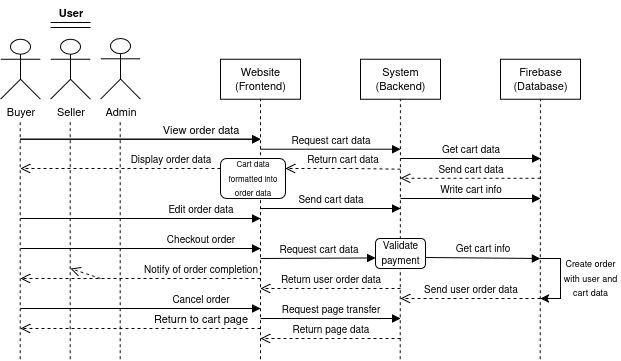
Earlier version of the draw.io export SRS Documents/User Story Diagrams/Sequence Diagram - 10.png (TagReaper/CSE-4214-03-Lab-Project). Source tidied: cells renumbered, new cells last; positions are measured from the earlier drawing's top-left corner, leaving out a move shared by most shapes.
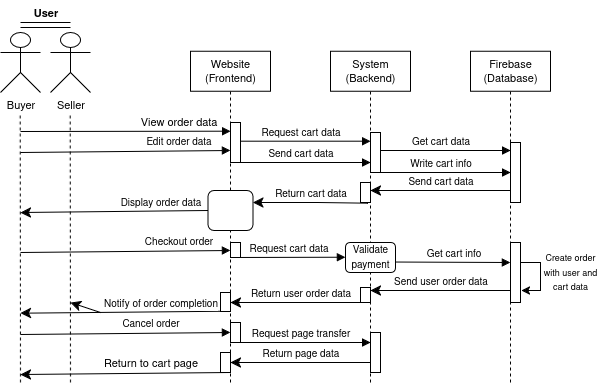
Later version of the same file.

Change to the diagram source:
```diff
@@ -14,14 +14,9 @@
     <mxCell id="5" value="Buyer" style="shape=umlActor;verticalLabelPosition=bottom;verticalAlign=top;html=1;fontFamily=Helvetica;fontSize=11;fontColor=default;labelBackgroundColor=default;" parent="1" vertex="1">
-      <mxGeometry y="38.7" width="40" height="60" as="geometry" />
+      <mxGeometry x="30" y="40" width="40" height="60" as="geometry" />
     </mxCell>
     <mxCell id="6" value="Seller" style="shape=umlActor;verticalLabelPosition=bottom;verticalAlign=top;html=1;fontFamily=Helvetica;fontSize=11;fontColor=default;labelBackgroundColor=default;" parent="1" vertex="1">
-      <mxGeometry x="50" y="38.7" width="40" height="60" as="geometry" />
+      <mxGeometry x="80" y="40" width="40" height="60" as="geometry" />
     </mxCell>
-    <mxCell id="7" value="Admin" style="shape=umlActor;verticalLabelPosition=bottom;verticalAlign=top;html=1;fontFamily=Helvetica;fontSize=11;fontColor=default;labelBackgroundColor=default;" parent="1" vertex="1">
-      <mxGeometry x="100" y="38" width="40" height="60.7" as="geometry" />
-    </mxCell>
-    <mxCell id="8" style="endArrow=none;dashed=1;html=1;rounded=0;strokeColor=default;align=center;verticalAlign=middle;fontFamily=Helvetica;fontSize=11;fontColor=default;labelBackgroundColor=default;entryX=0.5;entryY=1;entryDx=0;entryDy=0;" parent="1" edge="1" target="2">
-      <mxGeometry relative="1" as="geometry">
-        <mxPoint x="260" y="358.7" as="sourcePoint" />
-      </mxGeometry>
+    <mxCell id="8" style="endArrow=none;dashed=1;html=1;rounded=0;strokeColor=default;align=center;verticalAlign=middle;fontFamily=Helvetica;fontSize=11;fontColor=default;labelBackgroundColor=default;entryX=0.5;entryY=1;entryDx=0;entryDy=0;" parent="1" edge="1" source="37" target="2">
+      <mxGeometry relative="1" as="geometry" />
     </mxCell>
@@ -29,3 +24,3 @@
       <mxGeometry relative="1" as="geometry">
-        <mxPoint x="399.7" y="358.7" as="sourcePoint" />
+        <mxPoint x="400" y="390" as="sourcePoint" />
       </mxGeometry>
@@ -34,15 +29,9 @@
       <mxGeometry relative="1" as="geometry">
-        <mxPoint x="539.7" y="358.7" as="sourcePoint" />
+        <mxPoint x="540" y="390" as="sourcePoint" />
       </mxGeometry>
     </mxCell>
-    <mxCell id="11" style="endArrow=none;dashed=1;html=1;rounded=0;strokeColor=default;align=center;verticalAlign=middle;fontFamily=Helvetica;fontSize=11;fontColor=default;labelBackgroundColor=default;entryX=0.5;entryY=1;entryDx=0;entryDy=0;" parent="1" edge="1">
-      <mxGeometry relative="1" as="geometry">
-        <mxPoint x="119.7" y="358.7" as="sourcePoint" />
-        <mxPoint x="119.7" y="118.7" as="targetPoint" />
-      </mxGeometry>
-    </mxCell>
     <mxCell id="12" style="endArrow=none;dashed=1;html=1;rounded=0;strokeColor=default;align=center;verticalAlign=middle;fontFamily=Helvetica;fontSize=11;fontColor=default;labelBackgroundColor=default;entryX=0.5;entryY=1;entryDx=0;entryDy=0;" parent="1" edge="1">
       <mxGeometry relative="1" as="geometry">
-        <mxPoint x="19.7" y="358.7" as="sourcePoint" />
-        <mxPoint x="19.7" y="118.7" as="targetPoint" />
+        <mxPoint x="50" y="390" as="sourcePoint" />
+        <mxPoint x="49.7" y="120" as="targetPoint" />
       </mxGeometry>
@@ -51,16 +40,6 @@
       <mxGeometry relative="1" as="geometry">
-        <mxPoint x="69.7" y="358.7" as="sourcePoint" />
-        <mxPoint x="69.7" y="118.7" as="targetPoint" />
+        <mxPoint x="100" y="390" as="sourcePoint" />
+        <mxPoint x="99.7" y="120" as="targetPoint" />
       </mxGeometry>
     </mxCell>
-    <mxCell id="14" style="html=1;verticalAlign=bottom;endArrow=block;curved=0;rounded=0;strokeColor=default;align=center;fontFamily=Helvetica;fontSize=11;fontColor=default;labelBackgroundColor=default;" parent="1" edge="1">
-      <mxGeometry x="0.52" relative="1" as="geometry">
-        <mxPoint x="20" y="138.7" as="sourcePoint" />
-        <mxPoint x="260" y="138.7" as="targetPoint" />
-        <Array as="points">
-          <mxPoint x="70" y="138.7" />
-          <mxPoint x="150" y="138.7" />
-        </Array>
-      </mxGeometry>
-    </mxCell>
     <mxCell id="15" value="&lt;font style=&quot;font-size: 10px;&quot;&gt;Request cart data&lt;/font&gt;" style="html=1;verticalAlign=bottom;endArrow=block;curved=0;rounded=0;strokeColor=default;align=center;fontFamily=Helvetica;fontSize=11;fontColor=default;labelBackgroundColor=default;" parent="1" edge="1">
@@ -79,3 +58,3 @@
       <mxGeometry x="0.5" relative="1" as="geometry">
-        <mxPoint x="20" y="138.7" as="sourcePoint" />
+        <mxPoint x="50" y="139" as="sourcePoint" />
         <mxPoint x="260" y="138.7" as="targetPoint" />
@@ -83,14 +62,14 @@
     </mxCell>
-    <mxCell id="18" value="&lt;font style=&quot;font-size: 10px;&quot;&gt;Send cart data&lt;/font&gt;" style="html=1;verticalAlign=bottom;endArrow=open;dashed=1;endSize=8;curved=0;rounded=0;strokeColor=default;align=center;fontFamily=Helvetica;fontSize=11;fontColor=default;labelBackgroundColor=default;" parent="1" edge="1">
+    <mxCell id="18" value="&lt;font style=&quot;font-size: 10px;&quot;&gt;Send cart data&lt;/font&gt;" style="html=1;verticalAlign=bottom;endArrow=classic;endSize=8;curved=0;rounded=0;strokeColor=default;align=center;fontFamily=Helvetica;fontSize=11;fontColor=default;labelBackgroundColor=default;endFill=1;" parent="1" edge="1">
       <mxGeometry relative="1" as="geometry">
-        <mxPoint x="540" y="177.8" as="sourcePoint" />
-        <mxPoint x="400" y="177.8" as="targetPoint" />
+        <mxPoint x="540" y="198" as="sourcePoint" />
+        <mxPoint x="400" y="198" as="targetPoint" />
       </mxGeometry>
     </mxCell>
-    <mxCell id="19" value="&lt;font style=&quot;font-size: 10px;&quot;&gt;Return cart data&lt;/font&gt;" style="html=1;verticalAlign=bottom;endArrow=open;dashed=1;endSize=8;curved=0;rounded=0;strokeColor=default;align=center;fontFamily=Helvetica;fontSize=11;fontColor=default;labelBackgroundColor=default;entryX=1;entryY=0.25;entryDx=0;entryDy=0;" parent="1" edge="1">
+    <mxCell id="19" value="&lt;font style=&quot;font-size: 10px;&quot;&gt;Return cart data&lt;/font&gt;" style="html=1;verticalAlign=bottom;endArrow=classic;endSize=8;curved=0;rounded=0;strokeColor=default;align=center;fontFamily=Helvetica;fontSize=11;fontColor=default;labelBackgroundColor=default;entryX=1;entryY=0.25;entryDx=0;entryDy=0;endFill=1;" parent="1" edge="1">
       <mxGeometry relative="1" as="geometry">
-        <mxPoint x="400" y="168.7" as="sourcePoint" />
-        <mxPoint x="285" y="168" as="targetPoint" />
+        <mxPoint x="397.5" y="210.7" as="sourcePoint" />
+        <mxPoint x="282.5" y="210" as="targetPoint" />
         <Array as="points">
-          <mxPoint x="350" y="168" />
+          <mxPoint x="347.5" y="210" />
         </Array>
@@ -98,6 +77,5 @@
     </mxCell>
-    <mxCell id="20" value="&lt;font style=&quot;font-size: 10px;&quot;&gt;Display order data&lt;/font&gt;" style="html=1;verticalAlign=bottom;endArrow=open;dashed=1;endSize=8;curved=0;rounded=0;strokeColor=default;align=center;fontFamily=Helvetica;fontSize=11;fontColor=default;labelBackgroundColor=default;exitX=0;exitY=0.5;exitDx=0;exitDy=0;" parent="1" edge="1">
+    <mxCell id="20" value="&lt;font style=&quot;font-size: 10px;&quot;&gt;Display order data&lt;/font&gt;" style="html=1;verticalAlign=bottom;endArrow=classic;endSize=8;curved=0;rounded=0;strokeColor=default;align=center;fontFamily=Helvetica;fontSize=11;fontColor=default;labelBackgroundColor=default;exitX=0;exitY=0.5;exitDx=0;exitDy=0;endFill=1;" parent="1" edge="1" source="37">
       <mxGeometry x="-0.5" relative="1" as="geometry">
-        <mxPoint x="220" y="168" as="sourcePoint" />
-        <mxPoint x="20" y="168" as="targetPoint" />
+        <mxPoint x="50" y="220" as="targetPoint" />
       </mxGeometry>
@@ -106,4 +84,4 @@
       <mxGeometry relative="1" as="geometry">
-        <mxPoint x="260" y="318" as="sourcePoint" />
-        <mxPoint x="400" y="318" as="targetPoint" />
+        <mxPoint x="260" y="350" as="sourcePoint" />
+        <mxPoint x="400" y="350" as="targetPoint" />
       </mxGeometry>
@@ -111,17 +89,17 @@
     <mxCell id="22" value="&lt;font style=&quot;font-size: 10px;&quot;&gt;Cancel order&lt;/font&gt;" style="html=1;verticalAlign=bottom;endArrow=block;curved=0;rounded=0;strokeColor=default;align=center;fontFamily=Helvetica;fontSize=11;fontColor=default;labelBackgroundColor=default;" parent="1" edge="1">
-      <mxGeometry x="0.5" relative="1" as="geometry">
-        <mxPoint x="20" y="308" as="sourcePoint" />
-        <mxPoint x="260" y="308" as="targetPoint" />
+      <mxGeometry x="0.24" y="1" relative="1" as="geometry">
+        <mxPoint x="50" y="342" as="sourcePoint" />
+        <mxPoint x="260" y="340" as="targetPoint" />
       </mxGeometry>
     </mxCell>
-    <mxCell id="23" value="&lt;font style=&quot;font-size: 10px;&quot;&gt;Return page data&lt;/font&gt;" style="html=1;verticalAlign=bottom;endArrow=open;dashed=1;endSize=8;curved=0;rounded=0;strokeColor=default;align=center;fontFamily=Helvetica;fontSize=11;fontColor=default;labelBackgroundColor=default;" parent="1" edge="1">
+    <mxCell id="23" value="&lt;font style=&quot;font-size: 10px;&quot;&gt;Return page data&lt;/font&gt;" style="html=1;verticalAlign=bottom;endArrow=classic;endSize=8;curved=0;rounded=0;strokeColor=default;align=center;fontFamily=Helvetica;fontSize=11;fontColor=default;labelBackgroundColor=default;endFill=1;" parent="1" edge="1">
       <mxGeometry relative="1" as="geometry">
-        <mxPoint x="400" y="338" as="sourcePoint" />
-        <mxPoint x="260" y="338" as="targetPoint" />
+        <mxPoint x="400" y="370" as="sourcePoint" />
+        <mxPoint x="260" y="370" as="targetPoint" />
       </mxGeometry>
     </mxCell>
-    <mxCell id="24" value="Return to cart page" style="html=1;verticalAlign=bottom;endArrow=open;dashed=1;endSize=8;curved=0;rounded=0;strokeColor=default;align=center;fontFamily=Helvetica;fontSize=11;fontColor=default;labelBackgroundColor=default;" parent="1" edge="1">
-      <mxGeometry x="-0.5" relative="1" as="geometry">
-        <mxPoint x="260" y="328" as="sourcePoint" />
-        <mxPoint x="20" y="328" as="targetPoint" />
+    <mxCell id="24" value="Return to cart page" style="html=1;verticalAlign=bottom;endArrow=classic;endSize=8;curved=0;rounded=0;strokeColor=default;align=center;fontFamily=Helvetica;fontSize=11;fontColor=default;labelBackgroundColor=default;endFill=1;" parent="1" edge="1">
+      <mxGeometry x="-0.24" y="-1" relative="1" as="geometry">
+        <mxPoint x="260" y="380" as="sourcePoint" />
+        <mxPoint x="50" y="382" as="targetPoint" />
       </mxGeometry>
@@ -129,9 +107,9 @@
     <mxCell id="25" style="line;strokeWidth=1;fillColor=none;align=left;verticalAlign=middle;spacingTop=-1;spacingLeft=3;spacingRight=3;labelPosition=right;strokeColor=inherit;fontFamily=Helvetica;fontSize=11;fontColor=default;labelBackgroundColor=default;" parent="1" vertex="1">
-      <mxGeometry x="50" y="18" width="40" height="8" as="geometry" />
+      <mxGeometry x="50" y="26" width="50" height="8" as="geometry" />
     </mxCell>
     <mxCell id="26" value="User" style="text;align=center;fontStyle=1;verticalAlign=middle;spacingLeft=3;spacingRight=3;strokeColor=none;html=1;fontFamily=Helvetica;fontSize=11;fontColor=default;labelBackgroundColor=default;" parent="1" vertex="1">
-      <mxGeometry x="30" width="80" height="26" as="geometry" />
+      <mxGeometry x="40" y="8" width="70" height="26" as="geometry" />
     </mxCell>
     <mxCell id="27" style="line;strokeWidth=1;fillColor=none;align=left;verticalAlign=middle;spacingTop=-1;spacingLeft=3;spacingRight=3;labelPosition=right;strokeColor=inherit;fontFamily=Helvetica;fontSize=11;fontColor=default;labelBackgroundColor=default;" parent="1" vertex="1">
-      <mxGeometry x="50" y="26" width="40" height="2" as="geometry" />
+      <mxGeometry x="50" y="34" width="50" height="2" as="geometry" />
     </mxCell>
@@ -139,4 +117,4 @@
       <mxGeometry relative="1" as="geometry">
-        <mxPoint x="260" y="208" as="sourcePoint" />
-        <mxPoint x="400" y="208" as="targetPoint" />
+        <mxPoint x="260" y="170" as="sourcePoint" />
+        <mxPoint x="400" y="170" as="targetPoint" />
       </mxGeometry>
@@ -145,4 +123,4 @@
       <mxGeometry relative="1" as="geometry">
-        <mxPoint x="400" y="198" as="sourcePoint" />
-        <mxPoint x="540" y="198" as="targetPoint" />
+        <mxPoint x="400" y="180" as="sourcePoint" />
+        <mxPoint x="540" y="180" as="targetPoint" />
       </mxGeometry>
@@ -151,14 +129,15 @@
       <mxGeometry x="0.5" relative="1" as="geometry">
-        <mxPoint x="20" y="218" as="sourcePoint" />
-        <mxPoint x="260" y="218" as="targetPoint" />
+        <mxPoint x="50" y="160" as="sourcePoint" />
+        <mxPoint x="260" y="158" as="targetPoint" />
       </mxGeometry>
     </mxCell>
-    <mxCell id="31" value="&lt;font style=&quot;font-size: 10px;&quot;&gt;Request cart data&lt;/font&gt;" style="html=1;verticalAlign=bottom;endArrow=block;curved=0;rounded=0;strokeColor=default;align=center;fontFamily=Helvetica;fontSize=11;fontColor=default;labelBackgroundColor=default;entryX=0.004;entryY=0.648;entryDx=0;entryDy=0;entryPerimeter=0;" parent="1" edge="1" target="40">
+    <mxCell id="31" value="&lt;font style=&quot;font-size: 10px;&quot;&gt;Request cart data&lt;/font&gt;" style="html=1;verticalAlign=bottom;endArrow=block;curved=0;rounded=0;strokeColor=default;align=center;fontFamily=Helvetica;fontSize=11;fontColor=default;labelBackgroundColor=default;entryX=0.004;entryY=0.648;entryDx=0;entryDy=0;entryPerimeter=0;" parent="1" edge="1">
       <mxGeometry relative="1" as="geometry">
-        <mxPoint x="260" y="258" as="sourcePoint" />
+        <mxPoint x="260" y="265" as="sourcePoint" />
+        <mxPoint x="375" y="264.7" as="targetPoint" />
       </mxGeometry>
     </mxCell>
-    <mxCell id="32" value="&lt;font style=&quot;font-size: 10px;&quot;&gt;Get cart info&lt;/font&gt;" style="html=1;verticalAlign=bottom;endArrow=block;curved=0;rounded=0;strokeColor=default;align=center;fontFamily=Helvetica;fontSize=11;fontColor=default;labelBackgroundColor=default;exitX=0.981;exitY=0.633;exitDx=0;exitDy=0;exitPerimeter=0;" parent="1" edge="1" source="40">
+    <mxCell id="32" value="&lt;font style=&quot;font-size: 10px;&quot;&gt;Get cart info&lt;/font&gt;" style="html=1;verticalAlign=bottom;endArrow=block;curved=0;rounded=0;strokeColor=default;align=center;fontFamily=Helvetica;fontSize=11;fontColor=default;labelBackgroundColor=default;exitX=1.009;exitY=0.651;exitDx=0;exitDy=0;exitPerimeter=0;" parent="1" edge="1" source="40">
       <mxGeometry relative="1" as="geometry">
-        <mxPoint x="540" y="258" as="targetPoint" />
+        <mxPoint x="540" y="270" as="targetPoint" />
       </mxGeometry>
@@ -167,7 +146,7 @@
       <mxGeometry x="0.5" relative="1" as="geometry">
-        <mxPoint x="20" y="248" as="sourcePoint" />
-        <mxPoint x="260" y="248" as="targetPoint" />
+        <mxPoint x="50" y="260" as="sourcePoint" />
+        <mxPoint x="260" y="258" as="targetPoint" />
       </mxGeometry>
     </mxCell>
-    <mxCell id="34" value="&lt;font style=&quot;font-size: 10px;&quot;&gt;Send user order data&lt;/font&gt;" style="html=1;verticalAlign=bottom;endArrow=open;dashed=1;endSize=8;curved=0;rounded=0;strokeColor=default;align=center;fontFamily=Helvetica;fontSize=11;fontColor=default;labelBackgroundColor=default;" parent="1" edge="1">
+    <mxCell id="34" value="&lt;font style=&quot;font-size: 10px;&quot;&gt;Send user order data&lt;/font&gt;" style="html=1;verticalAlign=bottom;endArrow=classic;endSize=8;curved=0;rounded=0;strokeColor=default;align=center;fontFamily=Helvetica;fontSize=11;fontColor=default;labelBackgroundColor=default;endFill=1;" parent="1" edge="1">
       <mxGeometry relative="1" as="geometry">
@@ -177,25 +156,22 @@
     </mxCell>
-    <mxCell id="35" value="&lt;font style=&quot;font-size: 10px;&quot;&gt;Return user order data&lt;/font&gt;" style="html=1;verticalAlign=bottom;endArrow=open;dashed=1;endSize=8;curved=0;rounded=0;strokeColor=default;align=center;fontFamily=Helvetica;fontSize=11;fontColor=default;labelBackgroundColor=default;" parent="1" edge="1">
+    <mxCell id="35" value="&lt;font style=&quot;font-size: 10px;&quot;&gt;Return user order data&lt;/font&gt;" style="html=1;verticalAlign=bottom;endArrow=classic;endSize=8;curved=0;rounded=0;strokeColor=default;align=center;fontFamily=Helvetica;fontSize=11;fontColor=default;labelBackgroundColor=default;endFill=1;" parent="1" edge="1">
       <mxGeometry relative="1" as="geometry">
-        <mxPoint x="400" y="288" as="sourcePoint" />
-        <mxPoint x="260" y="288" as="targetPoint" />
+        <mxPoint x="400" y="310" as="sourcePoint" />
+        <mxPoint x="260" y="310" as="targetPoint" />
       </mxGeometry>
     </mxCell>
-    <mxCell id="36" value="&lt;font style=&quot;font-size: 10px;&quot;&gt;Notify of order completion&lt;/font&gt;" style="html=1;verticalAlign=bottom;endArrow=open;dashed=1;endSize=8;curved=0;rounded=0;strokeColor=default;align=center;fontFamily=Helvetica;fontSize=11;fontColor=default;labelBackgroundColor=default;" parent="1" edge="1">
-      <mxGeometry x="-0.5" relative="1" as="geometry">
-        <mxPoint x="260" y="278" as="sourcePoint" />
-        <mxPoint x="20" y="278" as="targetPoint" />
+    <mxCell id="36" value="&lt;font style=&quot;font-size: 10px;&quot;&gt;Notify of order completion&lt;/font&gt;" style="html=1;verticalAlign=bottom;endArrow=classic;endSize=8;curved=0;rounded=0;strokeColor=default;align=center;fontFamily=Helvetica;fontSize=11;fontColor=default;labelBackgroundColor=default;endFill=1;" parent="1" edge="1">
+      <mxGeometry x="-0.33" y="1" relative="1" as="geometry">
+        <mxPoint x="260" y="318.7" as="sourcePoint" />
+        <mxPoint x="50" y="320.7" as="targetPoint" />
       </mxGeometry>
     </mxCell>
-    <mxCell id="37" value="&lt;font style=&quot;font-size: 8px;&quot;&gt;Cart data formatted into order data&lt;/font&gt;" style="rounded=1;whiteSpace=wrap;html=1;" parent="1" vertex="1">
-      <mxGeometry x="220" y="158" width="65" height="40" as="geometry" />
-    </mxCell>
     <mxCell id="38" style="endArrow=classic;html=1;rounded=0;" parent="1" edge="1">
       <mxGeometry relative="1" as="geometry">
-        <mxPoint x="540" y="258" as="sourcePoint" />
-        <mxPoint x="540" y="298" as="targetPoint" />
+        <mxPoint x="540" y="270" as="sourcePoint" />
+        <mxPoint x="551" y="298" as="targetPoint" />
         <Array as="points">
-          <mxPoint x="560" y="258" />
-          <mxPoint x="560" y="268" />
-          <mxPoint x="560" y="298" />
+          <mxPoint x="570" y="270" />
+          <mxPoint x="570" y="280" />
+          <mxPoint x="570" y="298" />
         </Array>
@@ -204,13 +180,54 @@
     <mxCell id="39" value="&lt;div&gt;&lt;font style=&quot;font-size: 9px;&quot;&gt;Create&amp;nbsp;order with user and cart data&lt;/font&gt;&lt;/div&gt;" style="text;html=1;align=center;verticalAlign=middle;whiteSpace=wrap;rounded=0;" parent="1" vertex="1">
-      <mxGeometry x="560" y="258" width="60" height="40" as="geometry" />
+      <mxGeometry x="570" y="260" width="60" height="40" as="geometry" />
     </mxCell>
     <mxCell id="40" value="&lt;font style=&quot;font-size: 10px;&quot;&gt;Validate payment&lt;/font&gt;" style="rounded=1;whiteSpace=wrap;html=1;" parent="1" vertex="1">
-      <mxGeometry x="375" y="238" width="50" height="30" as="geometry" />
+      <mxGeometry x="375" y="250" width="50" height="30" as="geometry" />
     </mxCell>
-    <mxCell id="41" style="html=1;verticalAlign=bottom;endArrow=open;dashed=1;endSize=8;curved=0;rounded=0;strokeColor=default;align=center;fontFamily=Helvetica;fontSize=11;fontColor=default;labelBackgroundColor=default;" parent="1" edge="1">
+    <mxCell id="41" style="html=1;verticalAlign=bottom;endArrow=classic;endSize=8;curved=0;rounded=0;strokeColor=default;align=center;fontFamily=Helvetica;fontSize=11;fontColor=default;labelBackgroundColor=default;endFill=1;" parent="1" edge="1">
       <mxGeometry x="-0.5" relative="1" as="geometry">
-        <mxPoint x="100" y="278" as="sourcePoint" />
-        <mxPoint x="70" y="268" as="targetPoint" />
+        <mxPoint x="130" y="320" as="sourcePoint" />
+        <mxPoint x="100" y="310" as="targetPoint" />
       </mxGeometry>
     </mxCell>
+    <mxCell id="42" style="endArrow=none;dashed=1;html=1;rounded=0;strokeColor=default;align=center;verticalAlign=middle;fontFamily=Helvetica;fontSize=11;fontColor=default;labelBackgroundColor=default;entryX=0.5;entryY=1;entryDx=0;entryDy=0;" parent="1" edge="1" target="37">
+      <mxGeometry relative="1" as="geometry">
+        <mxPoint x="260" y="390" as="sourcePoint" />
+      </mxGeometry>
+    </mxCell>
+    <mxCell id="37" style="rounded=1;whiteSpace=wrap;html=1;" parent="1" vertex="1">
+      <mxGeometry x="237.5" y="198" width="45" height="40" as="geometry" />
+    </mxCell>
+    <mxCell id="43" style="rounded=0;whiteSpace=wrap;html=1;" parent="1" vertex="1">
+      <mxGeometry x="260" y="130" width="10" height="40" as="geometry" />
+    </mxCell>
+    <mxCell id="44" style="rounded=0;whiteSpace=wrap;html=1;" parent="1" vertex="1">
+      <mxGeometry x="400" y="140" width="10" height="40" as="geometry" />
+    </mxCell>
+    <mxCell id="45" style="rounded=0;whiteSpace=wrap;html=1;" parent="1" vertex="1">
+      <mxGeometry x="540" y="150" width="10" height="60" as="geometry" />
+    </mxCell>
+    <mxCell id="46" style="rounded=0;whiteSpace=wrap;html=1;" parent="1" vertex="1">
+      <mxGeometry x="390" y="190" width="10" height="20" as="geometry" />
+    </mxCell>
+    <mxCell id="47" style="rounded=0;whiteSpace=wrap;html=1;" parent="1" vertex="1">
+      <mxGeometry x="260" y="250" width="10" height="15" as="geometry" />
+    </mxCell>
+    <mxCell id="48" style="rounded=0;whiteSpace=wrap;html=1;" parent="1" vertex="1">
+      <mxGeometry x="540" y="250" width="10" height="60" as="geometry" />
+    </mxCell>
+    <mxCell id="49" style="rounded=0;whiteSpace=wrap;html=1;" parent="1" vertex="1">
+      <mxGeometry x="390" y="295" width="10" height="15" as="geometry" />
+    </mxCell>
+    <mxCell id="50" style="rounded=0;whiteSpace=wrap;html=1;" parent="1" vertex="1">
+      <mxGeometry x="250" y="300" width="10" height="19" as="geometry" />
+    </mxCell>
+    <mxCell id="51" style="rounded=0;whiteSpace=wrap;html=1;" parent="1" vertex="1">
+      <mxGeometry x="260" y="330" width="10" height="20" as="geometry" />
+    </mxCell>
+    <mxCell id="52" style="rounded=0;whiteSpace=wrap;html=1;" parent="1" vertex="1">
+      <mxGeometry x="400" y="340" width="10" height="40" as="geometry" />
+    </mxCell>
+    <mxCell id="53" style="rounded=0;whiteSpace=wrap;html=1;" parent="1" vertex="1">
+      <mxGeometry x="250" y="360" width="10" height="20" as="geometry" />
+    </mxCell>
   </root>
```
